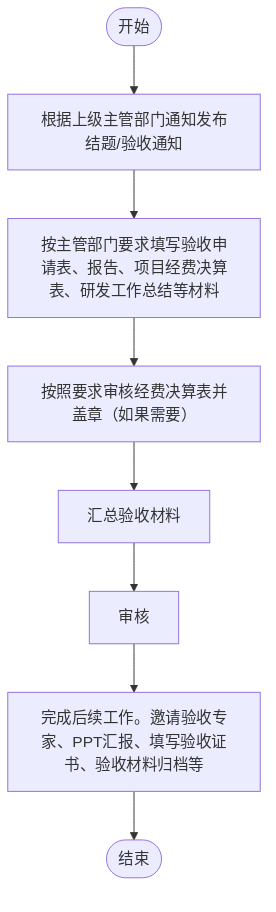
AmyIvan/work1 keeps this Mermaid diagram as outline2flow/flow_outputs/page_55.png. Above is the earlier version. Its source is kept beside it as outline2flow/mmd_outputs/page_55.mmd. The source it was exported from:
```mermaid
flowchart TD
    A([开始]) --> B[根据上级主管部门通知发布结题/验收通知]
    B --> C[按主管部门要求填写验收申请表、报告、项目经费决算表、研发工作总结等材料]
    C --> D[按照要求审核经费决算表并盖章（如果需要）]
    D --> E[汇总验收材料]
    E --> F[审核]
    F --> G[完成后续工作。邀请验收专家、PPT汇报、填写验收证书、验收材料归档等]
    G --> H([结束])
```
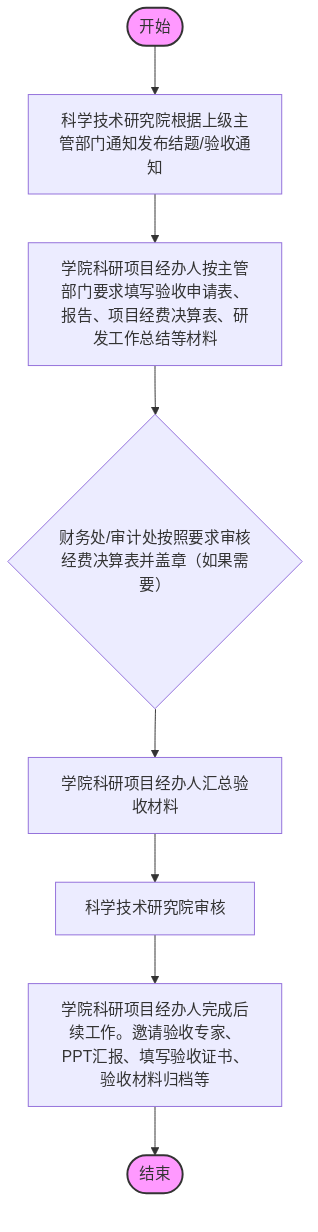
The same file after the commit.

Change to the diagram source:
```diff
@@ -1,8 +1,13 @@
 flowchart TD
-    A([开始]) --> B[根据上级主管部门通知发布结题/验收通知]
-    B --> C[按主管部门要求填写验收申请表、报告、项目经费决算表、研发工作总结等材料]
-    C --> D[按照要求审核经费决算表并盖章（如果需要）]
-    D --> E[汇总验收材料]
-    E --> F[审核]
-    F --> G[完成后续工作。邀请验收专家、PPT汇报、填写验收证书、验收材料归档等]
-    G --> H([结束])
+    Start(["开始"]):::ellipse
+    End(["结束"]):::ellipse
+    A[科学技术研究院根据上级主管部门通知发布结题/验收通知]
+    B[学院科研项目经办人按主管部门要求填写验收申请表、报告、项目经费决算表、研发工作总结等材料]
+    C{财务处/审计处按照要求审核经费决算表并盖章（如果需要）}
+    D[学院科研项目经办人汇总验收材料]
+    E[科学技术研究院审核]
+    F[学院科研项目经办人完成后续工作。邀请验收专家、PPT汇报、填写验收证书、验收材料归档等]
+
+    Start --> A --> B --> C --> D --> E --> F --> End
+
+    classDef ellipse fill:#f9f,stroke:#333,stroke-width:2px;
```
